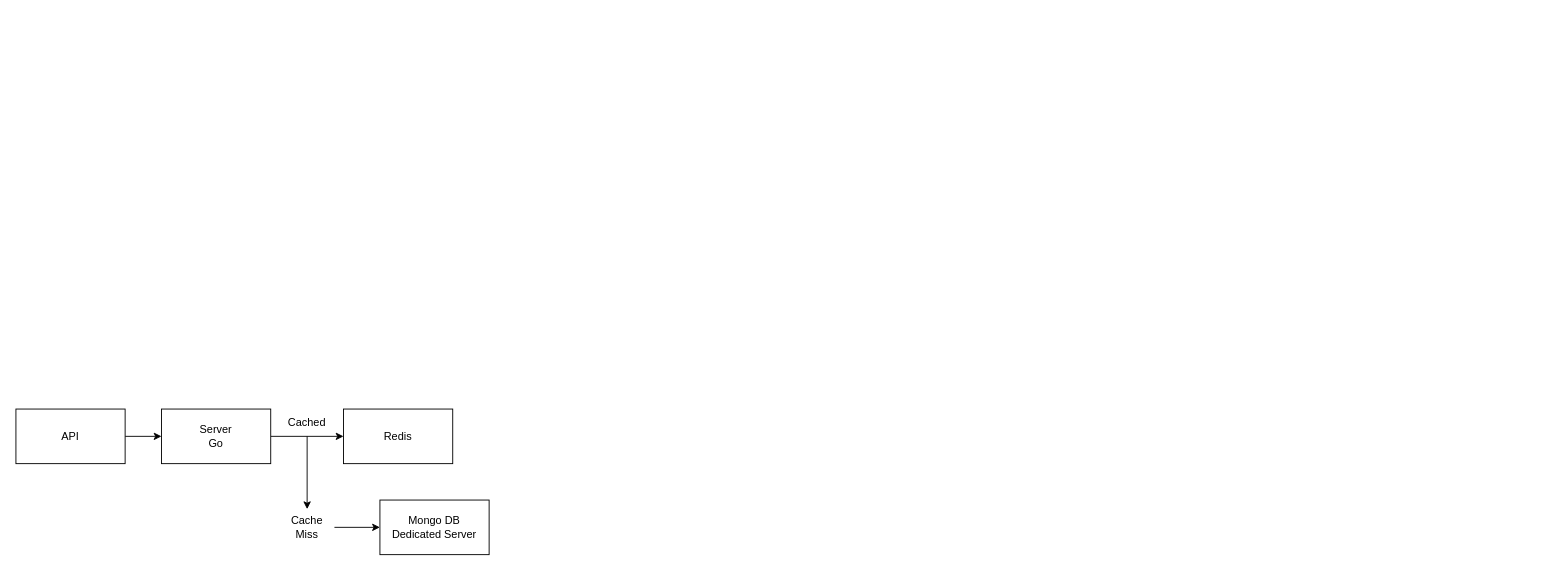
Yash-Pant-dev/Cornucopia keeps this draw.io diagram as Architecture Diagram.drawio. Above is the earlier version. Source tidied: cells renumbered, new cells numbered last; positions are measured from the earlier drawing's top-left corner, leaving out a move shared by most shapes. Both pictures are drawn from the tidied source at 91%, with x=0, y=0 at pixel (15, 409).
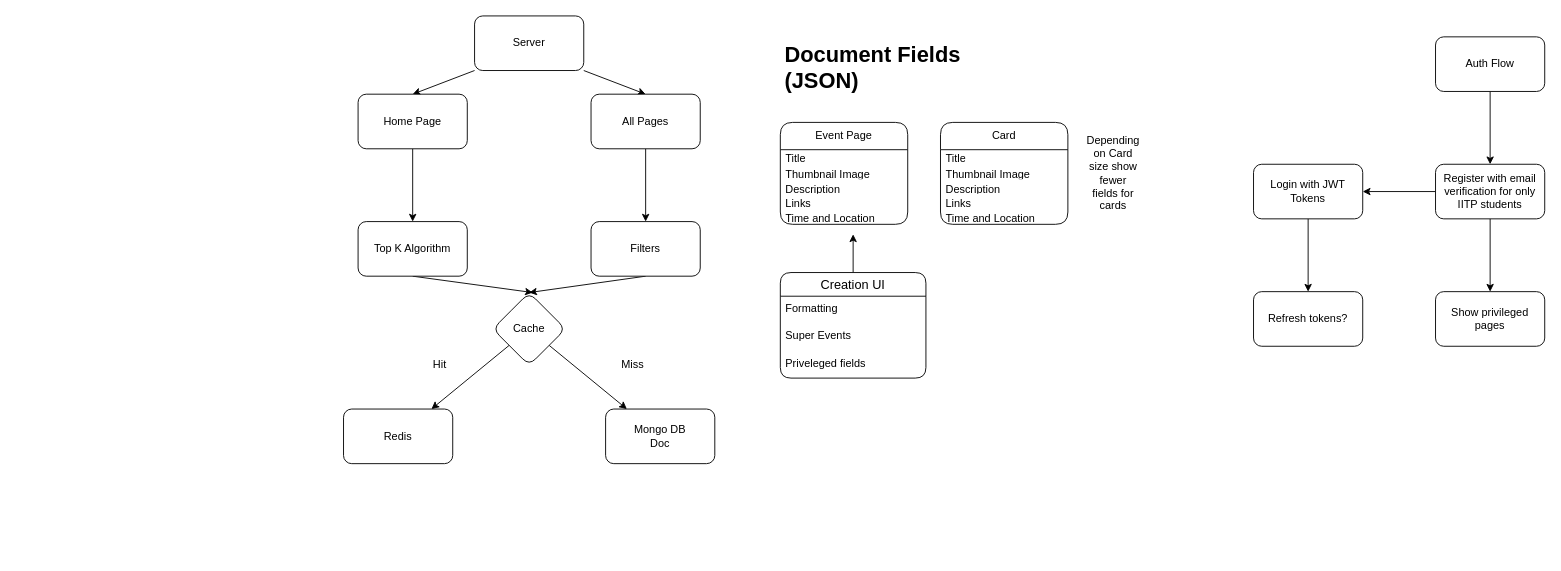
After the change.

What changed in the source:
```diff
@@
-    <mxCell id="2" style="edgeStyle=none;html=1;" parent="1" edge="1" source="3" target="6">
-      <mxGeometry relative="1" as="geometry" />
-    </mxCell>
-    <mxCell id="3" value="Server&lt;br&gt;Go" style="rounded=0;whiteSpace=wrap;html=1;" parent="1" vertex="1">
-      <mxGeometry x="160" width="120" height="60" as="geometry" />
-    </mxCell>
-    <mxCell id="4" style="edgeStyle=none;html=1;" parent="1" edge="1" source="5" target="3">
-      <mxGeometry relative="1" as="geometry" />
-    </mxCell>
-    <mxCell id="5" value="API" style="rounded=0;whiteSpace=wrap;html=1;" parent="1" vertex="1">
-      <mxGeometry width="120" height="60" as="geometry" />
-    </mxCell>
+    <mxCell id="12" style="edgeStyle=none;rounded=1;html=1;exitX=0;exitY=1;exitDx=0;exitDy=0;entryX=0.5;entryY=0;entryDx=0;entryDy=0;" parent="1" edge="1" source="9" target="15">
+      <mxGeometry relative="1" as="geometry" />
+    </mxCell>
+    <mxCell id="13" style="edgeStyle=none;rounded=1;html=1;exitX=1;exitY=1;exitDx=0;exitDy=0;entryX=0.5;entryY=0;entryDx=0;entryDy=0;" parent="1" edge="1" source="9" target="17">
+      <mxGeometry relative="1" as="geometry" />
+    </mxCell>
+    <mxCell id="9" value="Server" style="rounded=1;whiteSpace=wrap;html=1;" parent="1" vertex="1">
+      <mxGeometry x="504" y="-432" width="120" height="60" as="geometry" />
+    </mxCell>
+    <mxCell id="14" style="edgeStyle=none;rounded=1;html=1;" parent="1" edge="1" source="15" target="19">
+      <mxGeometry relative="1" as="geometry" />
+    </mxCell>
+    <mxCell id="15" value="Home Page" style="rounded=1;whiteSpace=wrap;html=1;" parent="1" vertex="1">
+      <mxGeometry x="376" y="-346" width="120" height="60" as="geometry" />
+    </mxCell>
+    <mxCell id="16" style="edgeStyle=none;rounded=1;html=1;" parent="1" edge="1" source="17" target="21">
+      <mxGeometry relative="1" as="geometry" />
+    </mxCell>
+    <mxCell id="17" value="All Pages" style="rounded=1;whiteSpace=wrap;html=1;" parent="1" vertex="1">
+      <mxGeometry x="632" y="-346" width="120" height="60" as="geometry" />
+    </mxCell>
+    <mxCell id="18" style="edgeStyle=none;rounded=1;html=1;exitX=0.5;exitY=1;exitDx=0;exitDy=0;" parent="1" edge="1" source="19">
+      <mxGeometry relative="1" as="geometry">
+        <mxPoint x="568" y="-128" as="targetPoint" />
+      </mxGeometry>
+    </mxCell>
+    <mxCell id="19" value="Top K Algorithm" style="whiteSpace=wrap;html=1;rounded=1;" parent="1" vertex="1">
+      <mxGeometry x="376" y="-206" width="120" height="60" as="geometry" />
+    </mxCell>
+    <mxCell id="20" style="edgeStyle=none;rounded=1;html=1;exitX=0.5;exitY=1;exitDx=0;exitDy=0;entryX=0.5;entryY=0;entryDx=0;entryDy=0;" parent="1" edge="1" source="21" target="24">
+      <mxGeometry relative="1" as="geometry" />
+    </mxCell>
+    <mxCell id="21" value="Filters" style="whiteSpace=wrap;html=1;rounded=1;" parent="1" vertex="1">
+      <mxGeometry x="632" y="-206" width="120" height="60" as="geometry" />
+    </mxCell>
+    <mxCell id="22" style="edgeStyle=none;rounded=1;html=1;" parent="1" edge="1" source="24" target="6">
+      <mxGeometry relative="1" as="geometry" />
+    </mxCell>
+    <mxCell id="23" style="edgeStyle=none;rounded=1;html=1;" parent="1" edge="1" source="24" target="25">
+      <mxGeometry relative="1" as="geometry" />
+    </mxCell>
+    <mxCell id="24" value="Cache" style="rhombus;whiteSpace=wrap;html=1;rounded=1;" parent="1" vertex="1">
+      <mxGeometry x="524" y="-128" width="80" height="80" as="geometry" />
+    </mxCell>
-    <mxCell id="6" value="Redis" style="rounded=0;whiteSpace=wrap;html=1;" parent="1" vertex="1">
+    <mxCell id="6" value="Redis" style="whiteSpace=wrap;html=1;rounded=1;" parent="1" vertex="1">
       <mxGeometry x="360" width="120" height="60" as="geometry" />
     </mxCell>
-    <mxCell id="7" style="edgeStyle=none;html=1;" parent="1" edge="1" source="8" target="10">
-      <mxGeometry relative="1" as="geometry" />
-    </mxCell>
-    <mxCell id="8" value="Cached" style="text;html=1;strokeColor=none;fillColor=none;align=center;verticalAlign=middle;whiteSpace=wrap;rounded=0;" parent="1" vertex="1">
-      <mxGeometry x="290" width="60" height="30" as="geometry" />
-    </mxCell>
-    <mxCell id="9" style="edgeStyle=none;html=1;" parent="1" edge="1" source="10" target="11">
-      <mxGeometry relative="1" as="geometry" />
-    </mxCell>
-    <mxCell id="10" value="Cache Miss" style="text;html=1;strokeColor=none;fillColor=none;align=center;verticalAlign=middle;whiteSpace=wrap;rounded=0;" parent="1" vertex="1">
-      <mxGeometry x="290" y="110" width="60" height="40" as="geometry" />
-    </mxCell>
-    <mxCell id="11" value="Mongo DB&lt;br&gt;Dedicated Server" style="whiteSpace=wrap;html=1;" parent="1" vertex="1">
-      <mxGeometry x="400" y="100" width="120" height="60" as="geometry" />
-    </mxCell>
+    <mxCell id="25" value="Mongo DB&lt;br&gt;Doc" style="whiteSpace=wrap;html=1;rounded=1;" parent="1" vertex="1">
+      <mxGeometry x="648" width="120" height="60" as="geometry" />
+    </mxCell>
+    <mxCell id="26" value="Hit" style="text;html=1;strokeColor=none;fillColor=none;align=center;verticalAlign=middle;whiteSpace=wrap;rounded=0;" parent="1" vertex="1">
+      <mxGeometry x="436" y="-64" width="60" height="30" as="geometry" />
+    </mxCell>
+    <mxCell id="27" value="Miss" style="text;html=1;strokeColor=none;fillColor=none;align=center;verticalAlign=middle;whiteSpace=wrap;rounded=0;" parent="1" vertex="1">
+      <mxGeometry x="648" y="-64" width="60" height="30" as="geometry" />
+    </mxCell>
+    <mxCell id="28" value="&lt;h1&gt;&lt;span style=&quot;background-color: initial;&quot;&gt;Document Fields (JSON)&lt;/span&gt;&lt;br&gt;&lt;/h1&gt;" style="text;html=1;strokeColor=none;fillColor=none;spacing=5;spacingTop=-20;whiteSpace=wrap;overflow=hidden;rounded=0;" parent="1" vertex="1">
+      <mxGeometry x="840" y="-409" width="240" height="66" as="geometry" />
+    </mxCell>
+    <mxCell id="29" value="Event Page" style="swimlane;fontStyle=0;horizontal=1;startSize=30;whiteSpace=wrap;html=1;rounded=1;" parent="1" vertex="1">
+      <mxGeometry x="840" y="-315" width="140" height="112" as="geometry" />
+    </mxCell>
+    <mxCell id="30" value="Title" style="text;strokeColor=none;fillColor=none;align=left;verticalAlign=middle;spacingLeft=4;spacingRight=4;overflow=hidden;whiteSpace=wrap;html=1;rounded=1;" parent="29" vertex="1">
+      <mxGeometry y="30" width="140" height="18" as="geometry" />
+    </mxCell>
+    <mxCell id="31" value="Thumbnail Image" style="text;strokeColor=none;fillColor=none;align=left;verticalAlign=middle;spacingLeft=4;spacingRight=4;overflow=hidden;whiteSpace=wrap;html=1;rounded=1;" parent="29" vertex="1">
+      <mxGeometry y="48" width="140" height="16" as="geometry" />
+    </mxCell>
+    <mxCell id="32" value="Description" style="text;strokeColor=none;fillColor=none;align=left;verticalAlign=middle;spacingLeft=4;spacingRight=4;overflow=hidden;whiteSpace=wrap;html=1;rounded=1;" parent="29" vertex="1">
+      <mxGeometry y="64" width="140" height="16" as="geometry" />
+    </mxCell>
+    <mxCell id="33" value="Links" style="text;strokeColor=none;fillColor=none;align=left;verticalAlign=middle;spacingLeft=4;spacingRight=4;overflow=hidden;whiteSpace=wrap;html=1;rounded=1;" parent="29" vertex="1">
+      <mxGeometry y="80" width="140" height="16" as="geometry" />
+    </mxCell>
+    <mxCell id="34" value="Time and Location" style="text;strokeColor=none;fillColor=none;align=left;verticalAlign=middle;spacingLeft=4;spacingRight=4;overflow=hidden;whiteSpace=wrap;html=1;rounded=1;" parent="29" vertex="1">
+      <mxGeometry y="96" width="140" height="16" as="geometry" />
+    </mxCell>
+    <mxCell id="35" value="Card" style="swimlane;fontStyle=0;horizontal=1;startSize=30;whiteSpace=wrap;html=1;rounded=1;" parent="1" vertex="1">
+      <mxGeometry x="1016" y="-315" width="140" height="112" as="geometry" />
+    </mxCell>
+    <mxCell id="36" value="Title" style="text;strokeColor=none;fillColor=none;align=left;verticalAlign=middle;spacingLeft=4;spacingRight=4;overflow=hidden;whiteSpace=wrap;html=1;rounded=1;" parent="35" vertex="1">
+      <mxGeometry y="30" width="140" height="18" as="geometry" />
+    </mxCell>
+    <mxCell id="37" value="Thumbnail Image" style="text;strokeColor=none;fillColor=none;align=left;verticalAlign=middle;spacingLeft=4;spacingRight=4;overflow=hidden;whiteSpace=wrap;html=1;rounded=1;" parent="35" vertex="1">
+      <mxGeometry y="48" width="140" height="16" as="geometry" />
+    </mxCell>
+    <mxCell id="38" value="Description" style="text;strokeColor=none;fillColor=none;align=left;verticalAlign=middle;spacingLeft=4;spacingRight=4;overflow=hidden;whiteSpace=wrap;html=1;rounded=1;" parent="35" vertex="1">
+      <mxGeometry y="64" width="140" height="16" as="geometry" />
+    </mxCell>
+    <mxCell id="39" value="Links" style="text;strokeColor=none;fillColor=none;align=left;verticalAlign=middle;spacingLeft=4;spacingRight=4;overflow=hidden;whiteSpace=wrap;html=1;rounded=1;" parent="35" vertex="1">
+      <mxGeometry y="80" width="140" height="16" as="geometry" />
+    </mxCell>
+    <mxCell id="40" value="Time and Location" style="text;strokeColor=none;fillColor=none;align=left;verticalAlign=middle;spacingLeft=4;spacingRight=4;overflow=hidden;whiteSpace=wrap;html=1;rounded=1;" parent="35" vertex="1">
+      <mxGeometry y="96" width="140" height="16" as="geometry" />
+    </mxCell>
+    <mxCell id="41" style="edgeStyle=none;rounded=1;html=1;" parent="1" edge="1" source="42">
+      <mxGeometry relative="1" as="geometry">
+        <mxPoint x="920" y="-192" as="targetPoint" />
+      </mxGeometry>
+    </mxCell>
+    <mxCell id="42" value="Creation UI" style="swimlane;fontStyle=0;horizontal=1;startSize=26;align=center;fontSize=14;rounded=1;" parent="1" vertex="1">
+      <mxGeometry x="840" y="-150" width="160" height="116" as="geometry" />
+    </mxCell>
+    <mxCell id="43" value="Formatting" style="text;strokeColor=none;fillColor=none;spacingLeft=4;spacingRight=4;overflow=hidden;fontSize=12;rounded=1;" parent="42" vertex="1">
+      <mxGeometry y="26" width="160" height="30" as="geometry" />
+    </mxCell>
+    <mxCell id="44" value="Super Events" style="text;strokeColor=none;fillColor=none;spacingLeft=4;spacingRight=4;overflow=hidden;fontSize=12;rounded=1;" parent="42" vertex="1">
+      <mxGeometry y="56" width="160" height="30" as="geometry" />
+    </mxCell>
+    <mxCell id="45" value="Priveleged fields" style="text;strokeColor=none;fillColor=none;spacingLeft=4;spacingRight=4;overflow=hidden;fontSize=12;rounded=1;" parent="42" vertex="1">
+      <mxGeometry y="86" width="160" height="30" as="geometry" />
+    </mxCell>
+    <mxCell id="46" value="Depending on Card size show fewer fields for cards" style="text;html=1;strokeColor=none;fillColor=none;align=center;verticalAlign=middle;whiteSpace=wrap;rounded=0;" parent="1" vertex="1">
+      <mxGeometry x="1176" y="-304.5" width="60" height="91" as="geometry" />
+    </mxCell>
+    <mxCell id="47" style="edgeStyle=none;rounded=1;html=1;" parent="1" edge="1" source="48" target="51">
+      <mxGeometry relative="1" as="geometry" />
+    </mxCell>
+    <mxCell id="48" value="Auth Flow" style="rounded=1;whiteSpace=wrap;html=1;" parent="1" vertex="1">
+      <mxGeometry x="1560" y="-409" width="120" height="60" as="geometry" />
+    </mxCell>
+    <mxCell id="49" style="edgeStyle=none;rounded=1;html=1;" parent="1" edge="1" source="51" target="52">
+      <mxGeometry relative="1" as="geometry" />
+    </mxCell>
+    <mxCell id="50" style="edgeStyle=none;rounded=1;html=1;" parent="1" edge="1" source="51" target="54">
+      <mxGeometry relative="1" as="geometry" />
+    </mxCell>
+    <mxCell id="51" value="Register with email verification for only IITP students" style="whiteSpace=wrap;html=1;rounded=1;" parent="1" vertex="1">
+      <mxGeometry x="1560" y="-269" width="120" height="60" as="geometry" />
+    </mxCell>
+    <mxCell id="52" value="Show privileged pages" style="whiteSpace=wrap;html=1;rounded=1;" parent="1" vertex="1">
+      <mxGeometry x="1560" y="-129" width="120" height="60" as="geometry" />
+    </mxCell>
+    <mxCell id="53" style="edgeStyle=none;rounded=1;html=1;" parent="1" edge="1" source="54" target="55">
+      <mxGeometry relative="1" as="geometry" />
+    </mxCell>
+    <mxCell id="54" value="Login with JWT Tokens" style="whiteSpace=wrap;html=1;rounded=1;" parent="1" vertex="1">
+      <mxGeometry x="1360" y="-269" width="120" height="60" as="geometry" />
+    </mxCell>
+    <mxCell id="55" value="Refresh tokens?" style="whiteSpace=wrap;html=1;rounded=1;" parent="1" vertex="1">
+      <mxGeometry x="1360" y="-129" width="120" height="60" as="geometry" />
+    </mxCell>
```
